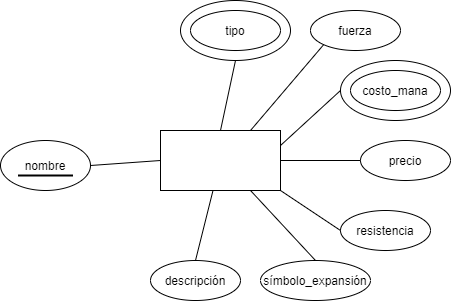
Above: imagenes/relaciones-entidades/entidad-carta.png in crislemen/MagicDB (draw.io), before the change. Source tidied: cells renumbered, new cells last; positions are measured from the earlier drawing's top-left corner, leaving out a move shared by most shapes.
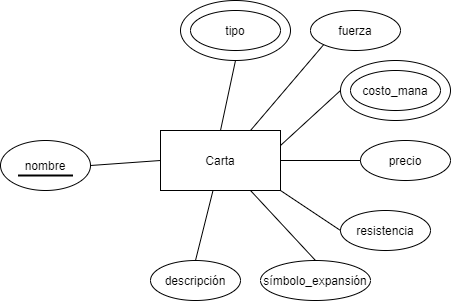
Later version of the same file.

Commit message:
Añadida la imagen de la entidad carta

Diff of the diagram source:
```diff
@@ -2,7 +2,7 @@
   <root>
     <mxCell id="0" />
     <mxCell id="1" parent="0" />
-    <mxCell id="2" style="rounded=0;whiteSpace=wrap;html=1;" parent="1" vertex="1">
+    <mxCell id="2" value="Carta" style="rounded=0;whiteSpace=wrap;html=1;" parent="1" vertex="1">
       <mxGeometry x="160" y="130" width="120" height="60" as="geometry" />
     </mxCell>
     <mxCell id="3" value="costo_mana" style="ellipse;whiteSpace=wrap;html=1;" parent="1" vertex="1">
```
